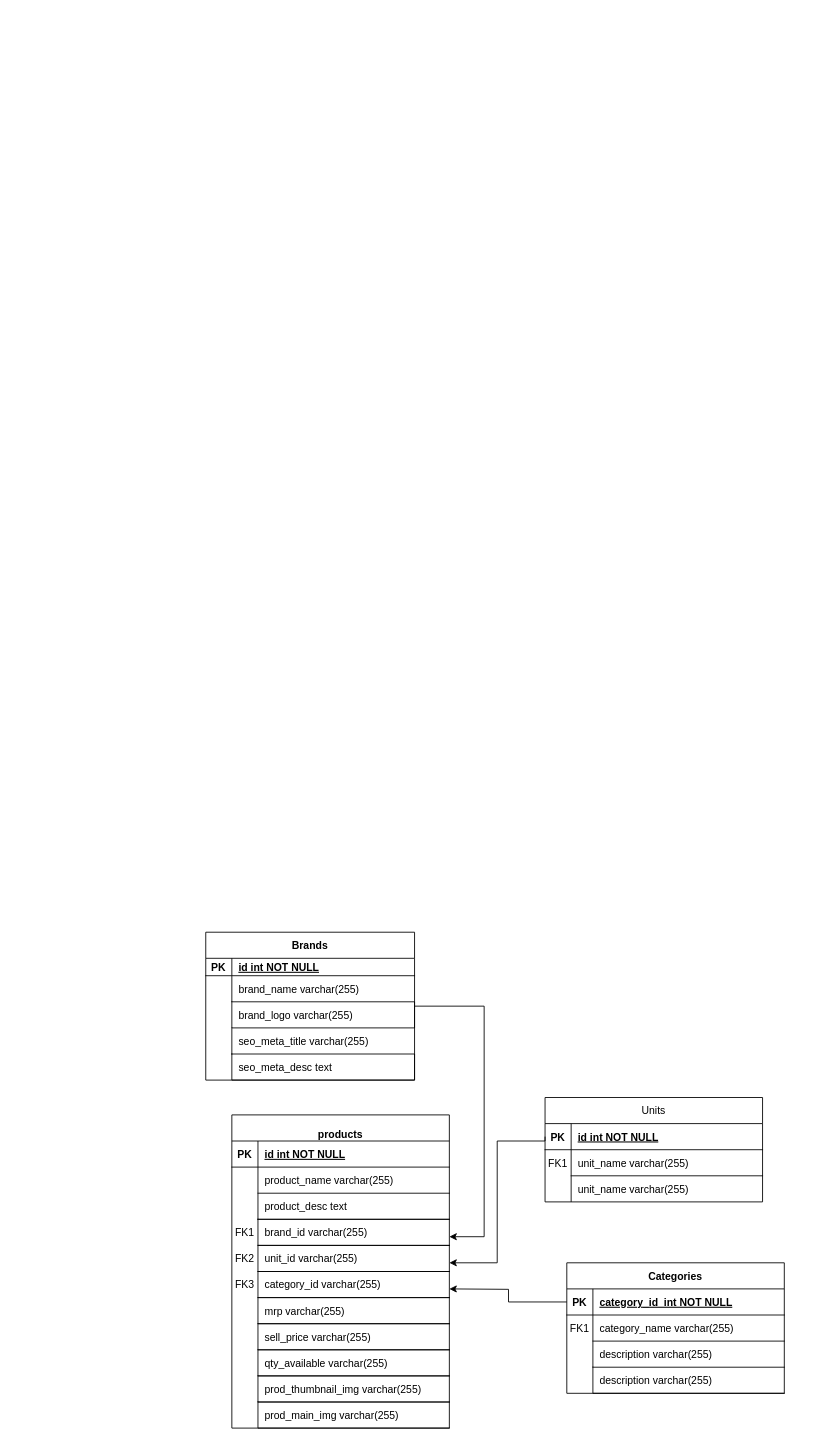
This is database/migrations/Untitled Diagram.drawio from Rajvirsingh617/ELECTRO, a draw.io file, before an edit. Source tidied: cells renumbered, new cells numbered last; positions are measured from the earlier drawing's top-left corner, leaving out a move shared by most shapes. Both pictures are drawn from the tidied source at 87%, with x=0, y=0 at pixel (205, 932).
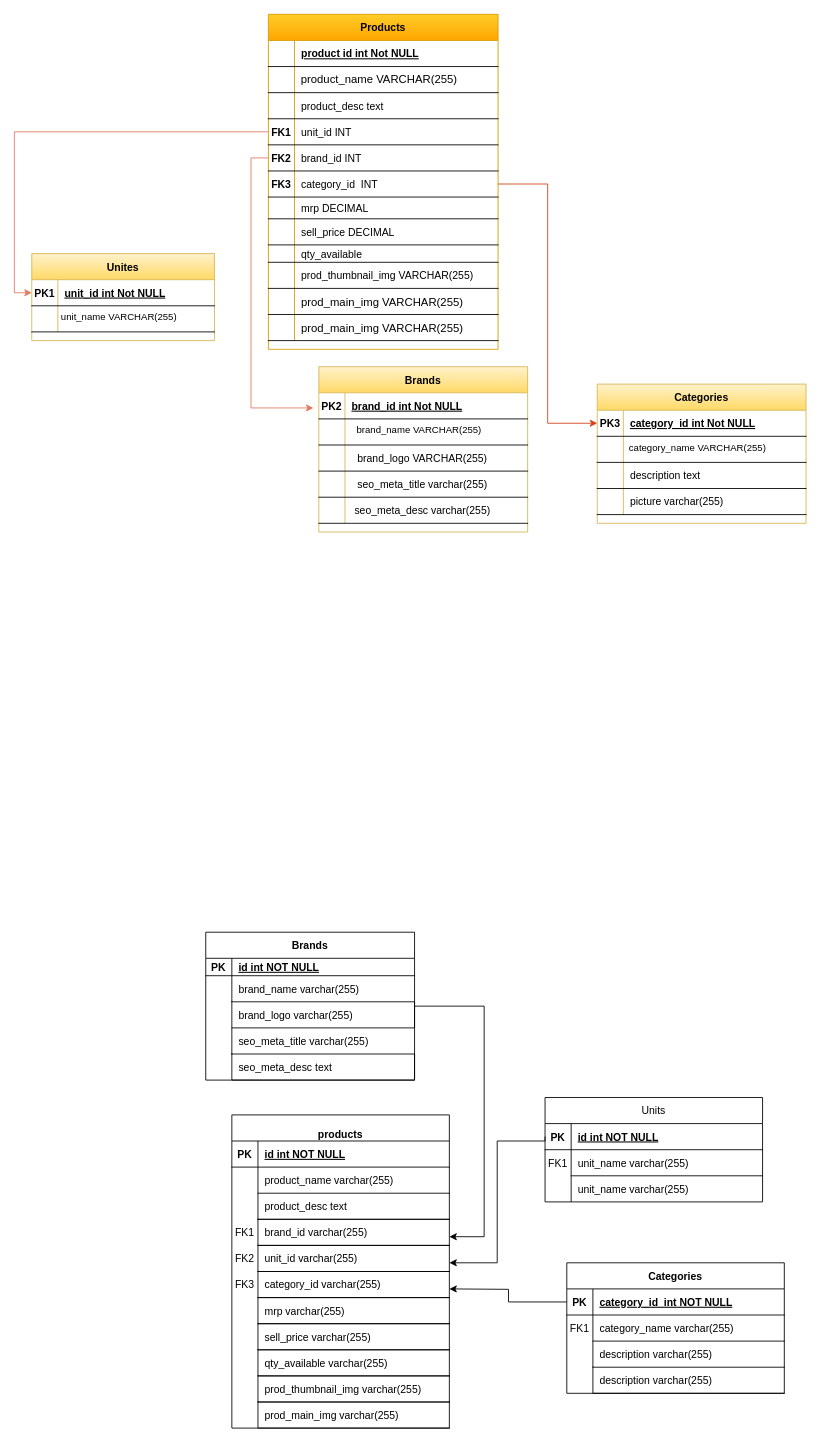
After the change.

Diff of the diagram source:
```diff
@@
+    <mxCell id="57" style="group;fontStyle=0;fontSize=15;" parent="1" vertex="1">
+      <mxGeometry x="110" y="-1080" width="242" height="380" as="geometry" />
+    </mxCell>
+    <mxCell id="58" style="group;" parent="57" vertex="1">
+      <mxGeometry x="-10" width="242" height="380" as="geometry" />
+    </mxCell>
+    <mxCell id="59" value="Products" style="shape=table;startSize=30;childLayout=tableLayout;rowLines=0;fontStyle=1;align=center;fillColor=#ffcd28;gradientColor=#ffa500;strokeColor=#d79b00;" parent="58" vertex="1">
+      <mxGeometry x="-28" y="25" width="264" height="385" as="geometry" />
+    </mxCell>
+    <mxCell id="60" style="shape=partialRectangle;fillColor=none;top=0;left=0;right=0;bottom=1;" parent="59" vertex="1">
+      <mxGeometry y="30" width="264" height="30" as="geometry" />
+    </mxCell>
+    <mxCell id="61" style="shape=partialRectangle;overflow=hidden;fillColor=none;top=0;left=0;bottom=0;right=0;fontStyle=1;" parent="60" vertex="1">
+      <mxGeometry width="30" height="30" as="geometry" />
+    </mxCell>
+    <mxCell id="62" value="product id int Not NULL" style="shape=partialRectangle;overflow=hidden;fillColor=none;top=0;left=0;bottom=0;right=0;align=left;spacingLeft=6;fontStyle=5;" parent="60" vertex="1">
+      <mxGeometry x="30" width="234" height="30" as="geometry" />
+    </mxCell>
+    <mxCell id="63" style="shape=partialRectangle;fillColor=none;top=0;left=0;right=0;bottom=1;verticalAlign=top;horizontal=1;labelPosition=left;verticalLabelPosition=bottom;align=right;" parent="59" vertex="1">
+      <mxGeometry y="60" width="264" height="30" as="geometry" />
+    </mxCell>
+    <mxCell id="64" style="shape=partialRectangle;overflow=hidden;fillColor=none;top=0;left=0;bottom=0;right=0;fontStyle=1;" parent="63" vertex="1">
+      <mxGeometry width="30" height="30" as="geometry" />
+    </mxCell>
+    <mxCell id="65" value="product_name VARCHAR(255)" style="shape=partialRectangle;overflow=hidden;fillColor=none;top=0;left=0;bottom=0;right=0;align=center;spacingLeft=-39;fontStyle=0;spacingBottom=0;labelPosition=center;verticalLabelPosition=middle;verticalAlign=top;horizontal=1;fontSize=13;" parent="63" vertex="1">
+      <mxGeometry x="30" width="234" height="30" as="geometry" />
+    </mxCell>
+    <mxCell id="66" style="shape=partialRectangle;fillColor=none;top=0;left=0;right=0;bottom=1;" parent="59" vertex="1">
+      <mxGeometry y="90" width="264" height="30" as="geometry" />
+    </mxCell>
+    <mxCell id="67" style="shape=partialRectangle;overflow=hidden;fillColor=none;top=0;left=0;bottom=0;right=0;fontStyle=1;" parent="66" vertex="1">
+      <mxGeometry width="30" height="30" as="geometry" />
+    </mxCell>
+    <mxCell id="68" value="product_desc text" style="shape=partialRectangle;overflow=hidden;fillColor=none;top=0;left=0;bottom=0;right=0;align=left;spacingLeft=6;fontStyle=0;" parent="66" vertex="1">
+      <mxGeometry x="30" width="234" height="30" as="geometry" />
+    </mxCell>
+    <mxCell id="69" style="shape=partialRectangle;fillColor=none;points=[[0,0.5],[1,0.5]];portConstraint=eastwest;top=0;left=0;right=0;bottom=1;" parent="59" vertex="1">
+      <mxGeometry y="120" width="264" height="30" as="geometry" />
+    </mxCell>
+    <mxCell id="70" value="FK1" style="shape=partialRectangle;overflow=hidden;fillColor=none;top=0;left=0;bottom=0;right=0;fontStyle=1;" parent="69" vertex="1">
+      <mxGeometry width="30" height="30" as="geometry" />
+    </mxCell>
+    <mxCell id="71" value="unit_id INT" style="shape=partialRectangle;overflow=hidden;fillColor=none;top=0;left=0;bottom=0;right=0;align=left;spacingLeft=6;fontStyle=0;" parent="69" vertex="1">
+      <mxGeometry x="30" width="234" height="30" as="geometry" />
+    </mxCell>
+    <mxCell id="72" style="shape=partialRectangle;fillColor=none;points=[[0,0.5],[1,0.5]];portConstraint=eastwest;top=0;left=0;right=0;bottom=1;" parent="59" vertex="1">
+      <mxGeometry y="150" width="264" height="30" as="geometry" />
+    </mxCell>
+    <mxCell id="73" value="FK2" style="shape=partialRectangle;overflow=hidden;fillColor=none;top=0;left=0;bottom=0;right=0;fontStyle=1;" parent="72" vertex="1">
+      <mxGeometry width="30" height="30" as="geometry" />
+    </mxCell>
+    <mxCell id="74" value="brand_id INT" style="shape=partialRectangle;overflow=hidden;fillColor=none;top=0;left=0;bottom=0;right=0;align=left;spacingLeft=6;fontStyle=0;verticalAlign=middle;" parent="72" vertex="1">
+      <mxGeometry x="30" width="234" height="30" as="geometry" />
+    </mxCell>
+    <mxCell id="75" style="shape=partialRectangle;fillColor=none;points=[[0,0.5],[1,0.5]];portConstraint=eastwest;top=0;left=0;right=0;bottom=1;" parent="59" vertex="1">
+      <mxGeometry y="180" width="264" height="30" as="geometry" />
+    </mxCell>
+    <mxCell id="76" value="FK3" style="shape=partialRectangle;overflow=hidden;fillColor=none;top=0;left=0;bottom=0;right=0;fontStyle=1;" parent="75" vertex="1">
+      <mxGeometry width="30" height="30" as="geometry" />
+    </mxCell>
+    <mxCell id="77" value="category_id  INT" style="shape=partialRectangle;overflow=hidden;fillColor=none;top=0;left=0;bottom=0;right=0;align=left;spacingLeft=6;fontStyle=0;" parent="75" vertex="1">
+      <mxGeometry x="30" width="234" height="30" as="geometry" />
+    </mxCell>
+    <mxCell id="78" style="shape=partialRectangle;fillColor=none;top=0;left=0;right=0;bottom=1;" parent="59" vertex="1">
+      <mxGeometry y="210" width="264" height="25" as="geometry" />
+    </mxCell>
+    <mxCell id="79" style="shape=partialRectangle;overflow=hidden;fillColor=none;top=0;left=0;bottom=0;right=0;fontStyle=1;" parent="78" vertex="1">
+      <mxGeometry width="30" height="25" as="geometry" />
+    </mxCell>
+    <mxCell id="80" value="mrp DECIMAL" style="shape=partialRectangle;overflow=hidden;fillColor=none;top=0;left=0;bottom=0;right=0;align=left;spacingLeft=6;fontStyle=0;" parent="78" vertex="1">
+      <mxGeometry x="30" width="234" height="25" as="geometry" />
+    </mxCell>
+    <mxCell id="81" style="shape=partialRectangle;fillColor=none;top=0;left=0;right=0;bottom=1;" parent="59" vertex="1">
+      <mxGeometry y="235" width="264" height="30" as="geometry" />
+    </mxCell>
+    <mxCell id="82" style="shape=partialRectangle;overflow=hidden;fillColor=none;top=0;left=0;bottom=0;right=0;fontStyle=1;" parent="81" vertex="1">
+      <mxGeometry width="30" height="30" as="geometry" />
+    </mxCell>
+    <mxCell id="83" value="sell_price DECIMAL" style="shape=partialRectangle;overflow=hidden;fillColor=none;top=0;left=0;bottom=0;right=0;align=left;spacingLeft=6;fontStyle=0;" parent="81" vertex="1">
+      <mxGeometry x="30" width="234" height="30" as="geometry" />
+    </mxCell>
+    <mxCell id="84" style="shape=partialRectangle;fillColor=none;top=0;left=0;right=0;bottom=1;" parent="59" vertex="1">
+      <mxGeometry y="265" width="264" height="20" as="geometry" />
+    </mxCell>
+    <mxCell id="85" style="shape=partialRectangle;overflow=hidden;fillColor=none;top=0;left=0;bottom=0;right=0;fontStyle=1;" parent="84" vertex="1">
+      <mxGeometry width="30" height="20" as="geometry" />
+    </mxCell>
+    <mxCell id="86" value="qty_available" style="shape=partialRectangle;overflow=hidden;fillColor=none;top=0;left=0;bottom=0;right=0;align=left;spacingLeft=6;fontStyle=0;" parent="84" vertex="1">
+      <mxGeometry x="30" width="234" height="20" as="geometry" />
+    </mxCell>
+    <mxCell id="87" style="shape=partialRectangle;fillColor=none;top=0;left=0;right=0;bottom=1;" parent="59" vertex="1">
+      <mxGeometry y="285" width="264" height="30" as="geometry" />
+    </mxCell>
+    <mxCell id="88" style="shape=partialRectangle;overflow=hidden;fillColor=none;top=0;left=0;bottom=0;right=0;fontStyle=1;" parent="87" vertex="1">
+      <mxGeometry width="30" height="30" as="geometry" />
+    </mxCell>
+    <mxCell id="89" value="prod_thumbnail_img VARCHAR(255)" style="shape=partialRectangle;overflow=hidden;fillColor=none;top=0;left=0;bottom=0;right=0;align=left;spacingLeft=6;fontStyle=0;fontSize=12;" parent="87" vertex="1">
+      <mxGeometry x="30" width="234" height="30" as="geometry" />
+    </mxCell>
+    <mxCell id="90" style="shape=partialRectangle;fillColor=none;top=0;left=0;right=0;bottom=1;" parent="59" vertex="1">
+      <mxGeometry y="315" width="264" height="30" as="geometry" />
+    </mxCell>
+    <mxCell id="91" style="shape=partialRectangle;overflow=hidden;fillColor=none;top=0;left=0;bottom=0;right=0;fontStyle=1;" parent="90" vertex="1">
+      <mxGeometry width="30" height="30" as="geometry" />
+    </mxCell>
+    <mxCell id="92" value="prod_main_img VARCHAR(255)" style="shape=partialRectangle;overflow=hidden;fillColor=none;top=0;left=0;bottom=0;right=0;align=left;spacingLeft=6;fontStyle=0;fontSize=13;" parent="90" vertex="1">
+      <mxGeometry x="30" width="234" height="30" as="geometry" />
+    </mxCell>
+    <mxCell id="93" style="shape=partialRectangle;fillColor=none;top=0;left=0;right=0;bottom=1;" parent="59" vertex="1">
+      <mxGeometry y="345" width="264" height="30" as="geometry" />
+    </mxCell>
+    <mxCell id="94" style="shape=partialRectangle;overflow=hidden;fillColor=none;top=0;left=0;bottom=0;right=0;fontStyle=1;" parent="93" vertex="1">
+      <mxGeometry width="30" height="30" as="geometry" />
+    </mxCell>
+    <mxCell id="95" value="prod_main_img VARCHAR(255)" style="shape=partialRectangle;overflow=hidden;fillColor=none;top=0;left=0;bottom=0;right=0;align=left;spacingLeft=6;fontStyle=0;fontSize=13;" parent="93" vertex="1">
+      <mxGeometry x="30" width="234" height="30" as="geometry" />
+    </mxCell>
+    <mxCell id="96" value="Brands" style="shape=table;startSize=30;childLayout=tableLayout;rowLines=0;fontStyle=1;align=center;fillColor=#fff2cc;gradientColor=#ffd966;strokeColor=#d6b656;" parent="1" vertex="1">
+      <mxGeometry x="130" y="-650" width="240" height="190" as="geometry" />
+    </mxCell>
+    <mxCell id="97" style="shape=partialRectangle;fillColor=none;points=[[0,0.5],[1,0.5]];portConstraint=eastwest;top=0;left=0;right=0;bottom=1;" parent="96" vertex="1">
+      <mxGeometry y="30" width="240" height="30" as="geometry" />
+    </mxCell>
+    <mxCell id="98" value="PK2" style="shape=partialRectangle;overflow=hidden;fillColor=none;top=0;left=0;bottom=0;right=0;fontStyle=1;" parent="97" vertex="1">
+      <mxGeometry width="30" height="30" as="geometry" />
+    </mxCell>
+    <mxCell id="99" value="brand_id int Not NULL" style="shape=partialRectangle;overflow=hidden;fillColor=none;top=0;left=0;bottom=0;right=0;align=left;spacingLeft=6;fontStyle=5;" parent="97" vertex="1">
+      <mxGeometry x="30" width="210" height="30" as="geometry" />
+    </mxCell>
+    <mxCell id="100" style="shape=partialRectangle;fillColor=none;top=0;left=0;right=0;bottom=1;verticalAlign=top;horizontal=1;labelPosition=left;verticalLabelPosition=bottom;align=right;" parent="96" vertex="1">
+      <mxGeometry y="60" width="240" height="30" as="geometry" />
+    </mxCell>
+    <mxCell id="101" style="shape=partialRectangle;overflow=hidden;fillColor=none;top=0;left=0;bottom=0;right=0;fontStyle=1;" parent="100" vertex="1">
+      <mxGeometry width="30" height="30" as="geometry" />
+    </mxCell>
+    <mxCell id="102" value="brand_name VARCHAR(255)" style="shape=partialRectangle;overflow=hidden;fillColor=none;top=0;left=0;bottom=0;right=0;align=center;spacingLeft=-39;fontStyle=0;spacingBottom=0;labelPosition=center;verticalLabelPosition=middle;verticalAlign=top;horizontal=1;fontSize=11;" parent="100" vertex="1">
+      <mxGeometry x="30" width="210" height="30" as="geometry" />
+    </mxCell>
+    <mxCell id="103" style="shape=partialRectangle;fillColor=none;top=0;left=0;right=0;bottom=1;" parent="96" vertex="1">
+      <mxGeometry y="90" width="240" height="30" as="geometry" />
+    </mxCell>
+    <mxCell id="104" style="shape=partialRectangle;overflow=hidden;fillColor=none;top=0;left=0;bottom=0;right=0;fontStyle=1;" parent="103" vertex="1">
+      <mxGeometry width="30" height="30" as="geometry" />
+    </mxCell>
+    <mxCell id="105" value="  brand_logo VARCHAR(255)" style="shape=partialRectangle;overflow=hidden;fillColor=none;top=0;left=0;bottom=0;right=0;align=left;spacingLeft=6;fontStyle=0;" parent="103" vertex="1">
+      <mxGeometry x="30" width="210" height="30" as="geometry" />
+    </mxCell>
+    <mxCell id="106" style="shape=partialRectangle;fillColor=none;top=0;left=0;right=0;bottom=1;" parent="96" vertex="1">
+      <mxGeometry y="120" width="240" height="30" as="geometry" />
+    </mxCell>
+    <mxCell id="107" style="shape=partialRectangle;overflow=hidden;fillColor=none;top=0;left=0;bottom=0;right=0;fontStyle=1;" parent="106" vertex="1">
+      <mxGeometry width="30" height="30" as="geometry" />
+    </mxCell>
+    <mxCell id="108" value="  seo_meta_title varchar(255)" style="shape=partialRectangle;overflow=hidden;fillColor=none;top=0;left=0;bottom=0;right=0;align=left;spacingLeft=6;fontStyle=0;" parent="106" vertex="1">
+      <mxGeometry x="30" width="210" height="30" as="geometry" />
+    </mxCell>
+    <mxCell id="109" style="shape=partialRectangle;fillColor=none;top=0;left=0;right=0;bottom=1;" parent="96" vertex="1">
+      <mxGeometry y="150" width="240" height="30" as="geometry" />
+    </mxCell>
+    <mxCell id="110" style="shape=partialRectangle;overflow=hidden;fillColor=none;top=0;left=0;bottom=0;right=0;fontStyle=1;" parent="109" vertex="1">
+      <mxGeometry width="30" height="30" as="geometry" />
+    </mxCell>
+    <mxCell id="111" value=" seo_meta_desc varchar(255)" style="shape=partialRectangle;overflow=hidden;fillColor=none;top=0;left=0;bottom=0;right=0;align=left;spacingLeft=6;fontStyle=0;verticalAlign=middle;" parent="109" vertex="1">
+      <mxGeometry x="30" width="210" height="30" as="geometry" />
+    </mxCell>
+    <mxCell id="112" value="Categories" style="shape=table;startSize=30;childLayout=tableLayout;rowLines=0;fontStyle=1;align=center;fillColor=#fff2cc;gradientColor=#ffd966;strokeColor=#d6b656;" parent="1" vertex="1">
+      <mxGeometry x="450" y="-630" width="240" height="160" as="geometry" />
+    </mxCell>
+    <mxCell id="113" style="shape=partialRectangle;fillColor=none;points=[[0,0.5],[1,0.5]];portConstraint=eastwest;top=0;left=0;right=0;bottom=1;" parent="112" vertex="1">
+      <mxGeometry y="30" width="240" height="30" as="geometry" />
+    </mxCell>
+    <mxCell id="114" value="PK3" style="shape=partialRectangle;overflow=hidden;fillColor=none;top=0;left=0;bottom=0;right=0;fontStyle=1;" parent="113" vertex="1">
+      <mxGeometry width="30" height="30" as="geometry" />
+    </mxCell>
+    <mxCell id="115" value="category_id int Not NULL" style="shape=partialRectangle;overflow=hidden;fillColor=none;top=0;left=0;bottom=0;right=0;align=left;spacingLeft=6;fontStyle=5;" parent="113" vertex="1">
+      <mxGeometry x="30" width="210" height="30" as="geometry" />
+    </mxCell>
+    <mxCell id="116" style="shape=partialRectangle;fillColor=none;top=0;left=0;right=0;bottom=1;verticalAlign=top;horizontal=1;labelPosition=left;verticalLabelPosition=bottom;align=right;" parent="112" vertex="1">
+      <mxGeometry y="60" width="240" height="30" as="geometry" />
+    </mxCell>
+    <mxCell id="117" style="shape=partialRectangle;overflow=hidden;fillColor=none;top=0;left=0;bottom=0;right=0;fontStyle=1;" parent="116" vertex="1">
+      <mxGeometry width="30" height="30" as="geometry" />
+    </mxCell>
+    <mxCell id="118" value="category_name VARCHAR(255)" style="shape=partialRectangle;overflow=hidden;fillColor=none;top=0;left=0;bottom=0;right=0;align=center;spacingLeft=-39;fontStyle=0;spacingBottom=0;labelPosition=center;verticalLabelPosition=middle;verticalAlign=top;horizontal=1;fontSize=11;" parent="116" vertex="1">
+      <mxGeometry x="30" width="210" height="30" as="geometry" />
+    </mxCell>
+    <mxCell id="119" style="shape=partialRectangle;fillColor=none;top=0;left=0;right=0;bottom=1;" parent="112" vertex="1">
+      <mxGeometry y="90" width="240" height="30" as="geometry" />
+    </mxCell>
+    <mxCell id="120" style="shape=partialRectangle;overflow=hidden;fillColor=none;top=0;left=0;bottom=0;right=0;fontStyle=1;" parent="119" vertex="1">
+      <mxGeometry width="30" height="30" as="geometry" />
+    </mxCell>
+    <mxCell id="121" value="description text" style="shape=partialRectangle;overflow=hidden;fillColor=none;top=0;left=0;bottom=0;right=0;align=left;spacingLeft=6;fontStyle=0;" parent="119" vertex="1">
+      <mxGeometry x="30" width="210" height="30" as="geometry" />
+    </mxCell>
+    <mxCell id="122" style="shape=partialRectangle;fillColor=none;top=0;left=0;right=0;bottom=1;" parent="112" vertex="1">
+      <mxGeometry y="120" width="240" height="30" as="geometry" />
+    </mxCell>
+    <mxCell id="123" style="shape=partialRectangle;overflow=hidden;fillColor=none;top=0;left=0;bottom=0;right=0;fontStyle=1;" parent="122" vertex="1">
+      <mxGeometry width="30" height="30" as="geometry" />
+    </mxCell>
+    <mxCell id="124" value="picture varchar(255)" style="shape=partialRectangle;overflow=hidden;fillColor=none;top=0;left=0;bottom=0;right=0;align=left;spacingLeft=6;fontStyle=0;" parent="122" vertex="1">
+      <mxGeometry x="30" width="210" height="30" as="geometry" />
+    </mxCell>
+    <mxCell id="125" value="Unites" style="shape=table;startSize=30;childLayout=tableLayout;rowLines=0;fontStyle=1;align=center;fillColor=#fff2cc;gradientColor=#ffd966;strokeColor=#d6b656;" parent="1" vertex="1">
+      <mxGeometry x="-200" y="-780" width="210" height="100" as="geometry" />
+    </mxCell>
+    <mxCell id="126" style="shape=partialRectangle;fillColor=none;points=[[0,0.5],[1,0.5]];portConstraint=eastwest;top=0;left=0;right=0;bottom=1;" parent="125" vertex="1">
+      <mxGeometry y="30" width="210" height="30" as="geometry" />
+    </mxCell>
+    <mxCell id="127" value="PK1" style="shape=partialRectangle;overflow=hidden;fillColor=none;top=0;left=0;bottom=0;right=0;fontStyle=1;" parent="126" vertex="1">
+      <mxGeometry width="30" height="30" as="geometry" />
+    </mxCell>
+    <mxCell id="128" value="unit_id int Not NULL" style="shape=partialRectangle;overflow=hidden;fillColor=none;top=0;left=0;bottom=0;right=0;align=left;spacingLeft=6;fontStyle=5;" parent="126" vertex="1">
+      <mxGeometry x="30" width="180" height="30" as="geometry" />
+    </mxCell>
+    <mxCell id="129" style="shape=partialRectangle;fillColor=none;top=0;left=0;right=0;bottom=1;verticalAlign=top;horizontal=1;labelPosition=left;verticalLabelPosition=bottom;align=right;" parent="125" vertex="1">
+      <mxGeometry y="60" width="210" height="30" as="geometry" />
+    </mxCell>
+    <mxCell id="130" style="shape=partialRectangle;overflow=hidden;fillColor=none;top=0;left=0;bottom=0;right=0;fontStyle=1;" parent="129" vertex="1">
+      <mxGeometry width="30" height="30" as="geometry" />
+    </mxCell>
+    <mxCell id="131" value="unit_name VARCHAR(255)" style="shape=partialRectangle;overflow=hidden;fillColor=none;top=0;left=0;bottom=0;right=0;align=center;spacingLeft=-39;fontStyle=0;spacingBottom=0;labelPosition=center;verticalLabelPosition=middle;verticalAlign=top;horizontal=1;fontSize=11;" parent="129" vertex="1">
+      <mxGeometry x="30" width="180" height="30" as="geometry" />
+    </mxCell>
+    <mxCell id="132" style="edgeStyle=orthogonalEdgeStyle;rounded=0;jettySize=auto;html=1;entryX=0;entryY=0.5;entryDx=0;entryDy=0;strokeColor=#E07A5F;fontColor=#393C56;fillColor=#F2CC8F;" parent="1" edge="1" source="69" target="126">
+      <mxGeometry relative="1" as="geometry" />
+    </mxCell>
+    <mxCell id="133" style="edgeStyle=orthogonalEdgeStyle;rounded=0;jettySize=auto;html=1;exitX=0;exitY=0.5;exitDx=0;exitDy=0;entryX=-0.026;entryY=0.58;entryDx=0;entryDy=0;entryPerimeter=0;strokeColor=#E07A5F;fontColor=#393C56;fillColor=#F2CC8F;" parent="1" edge="1" source="72" target="97">
+      <mxGeometry relative="1" as="geometry" />
+    </mxCell>
+    <mxCell id="134" style="edgeStyle=orthogonalEdgeStyle;rounded=0;jettySize=auto;html=1;entryX=0;entryY=0.5;entryDx=0;entryDy=0;strokeColor=#d34017;fontColor=#393C56;fillColor=#F2CC8F;curved=0;" parent="1" edge="1" source="75" target="113">
+      <mxGeometry relative="1" as="geometry" />
+    </mxCell>
```
